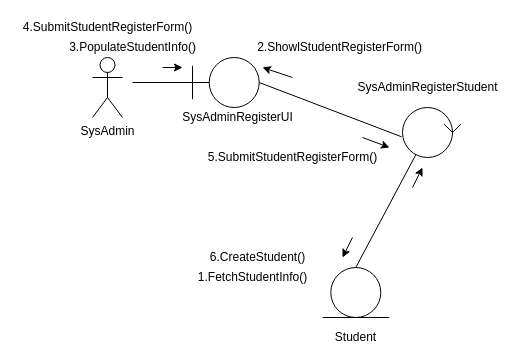
This is page "Register" (2 of 11) of Collab.drawio from Noman1705088/CSE-326, a draw.io file, before an edit. Source tidied: cells renumbered, new cells numbered last; positions are measured from the earlier drawing's top-left corner, leaving out a move shared by most shapes. Both pictures are drawn from the tidied source at 100%, with x=0, y=0 at pixel (17, 17).
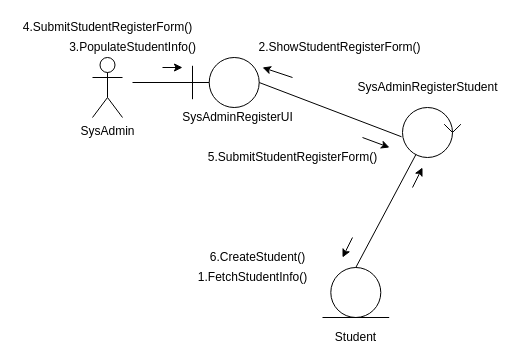
The same page after the edit.

Change to the diagram source:
```diff
@@
-    <mxCell id="28" value="2.ShowlStudentRegisterForm()" style="text;html=1;align=center;verticalAlign=middle;strokeColor=none;fillColor=none;" parent="1" vertex="1">
+    <mxCell id="28" value="2.ShowStudentRegisterForm()" style="text;html=1;align=center;verticalAlign=middle;strokeColor=none;fillColor=none;" parent="1" vertex="1">
       <mxGeometry x="231.7" y="20" width="180" height="20" as="geometry" />
     </mxCell>
```
